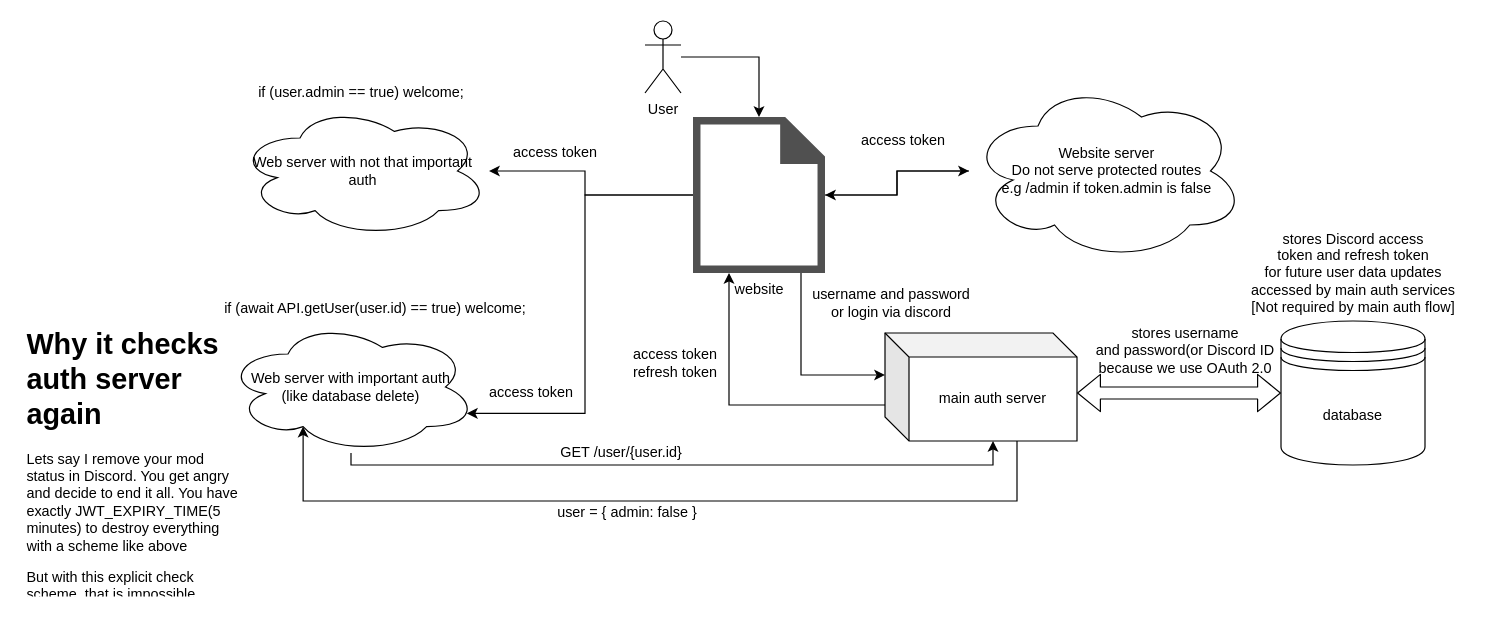
The draw.io diagram authflow.drawio in stem-discord/stem-help-backend, before the edit. Source tidied: cells renumbered, new cells numbered last; positions are measured from the earlier drawing's top-left corner, leaving out a move shared by most shapes. Both pictures are drawn from the tidied source at 120%, with x=0, y=0 at pixel (20, 20).
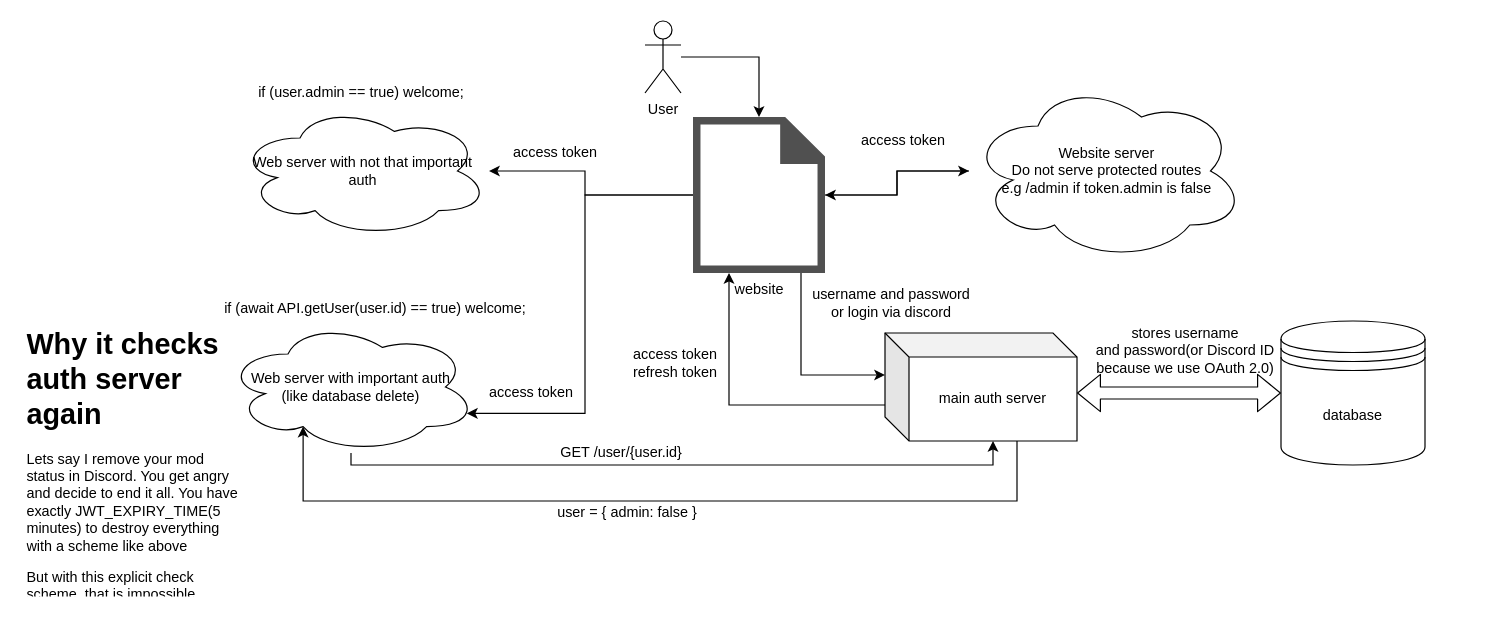
The same diagram, later.

Commit message:
so rem can stop talking about this

The edit, as a diff of the source:
```diff
@@
-    <mxCell id="18" value="stores username&lt;br&gt;and password(or Discord ID&lt;br&gt;because we use OAuth 2.0" style="text;html=1;align=center;verticalAlign=middle;strokeColor=none;" parent="1" vertex="1">
+    <mxCell id="18" value="stores username&lt;br&gt;and password(or Discord ID&lt;br&gt;because we use OAuth 2.0)" style="text;html=1;align=center;verticalAlign=middle;strokeColor=none;" parent="1" vertex="1">
       <mxGeometry x="890" y="250" width="160" height="50" as="geometry" />
     </mxCell>
@@
-    <mxCell id="20" value="stores Discord access&lt;br&gt;token and refresh token&lt;br&gt;for future user data updates&lt;br&gt;accessed by main auth services&lt;br&gt;[Not required by main auth flow]" style="text;html=1;align=center;verticalAlign=middle;strokeColor=none;" parent="1" vertex="1">
-      <mxGeometry x="1015" y="170" width="190" height="80" as="geometry" />
-    </mxCell>
```
